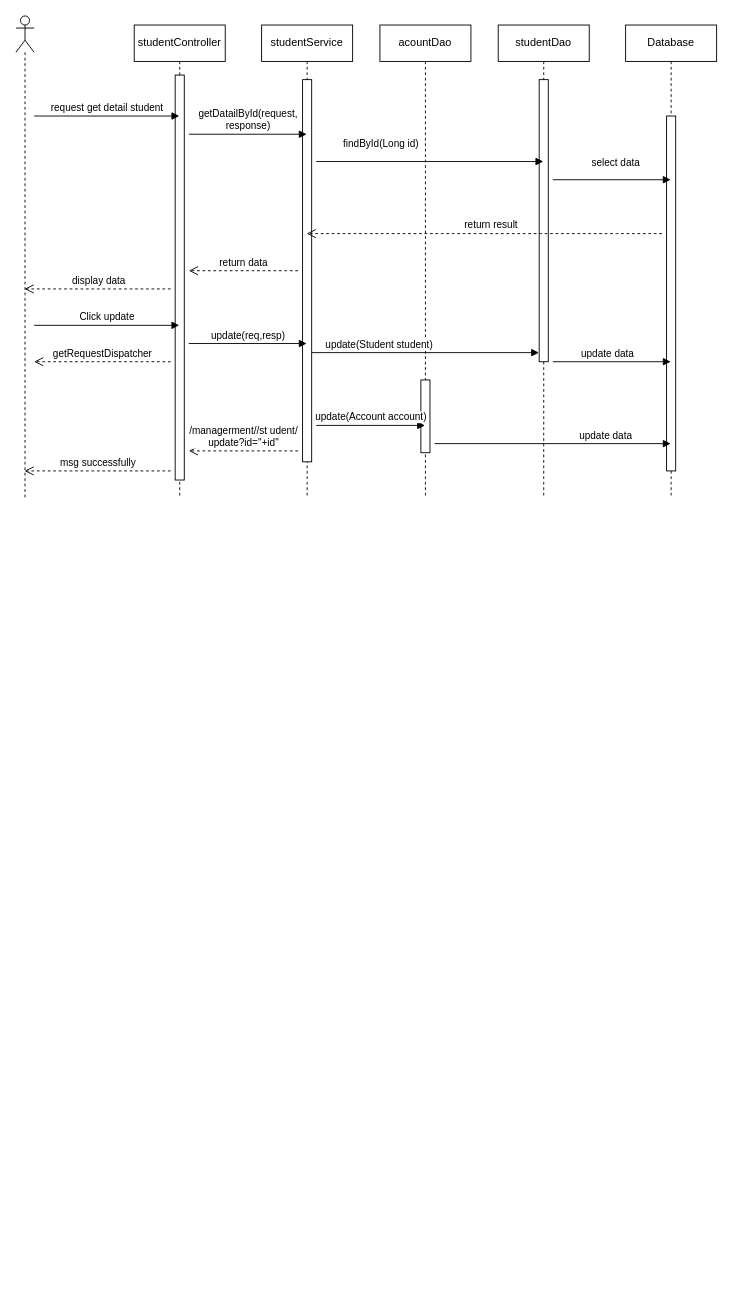
Above: page "Page-4" (4 of 17) of Untitled Diagram.drawio in sachvo/CuteXT (draw.io), before the change. Source tidied: cells renumbered, new cells numbered last; positions are measured from the earlier drawing's top-left corner, leaving out a move shared by most shapes. Both pictures are drawn from the tidied source at 91%, with x=0, y=0 at pixel (15, 15).
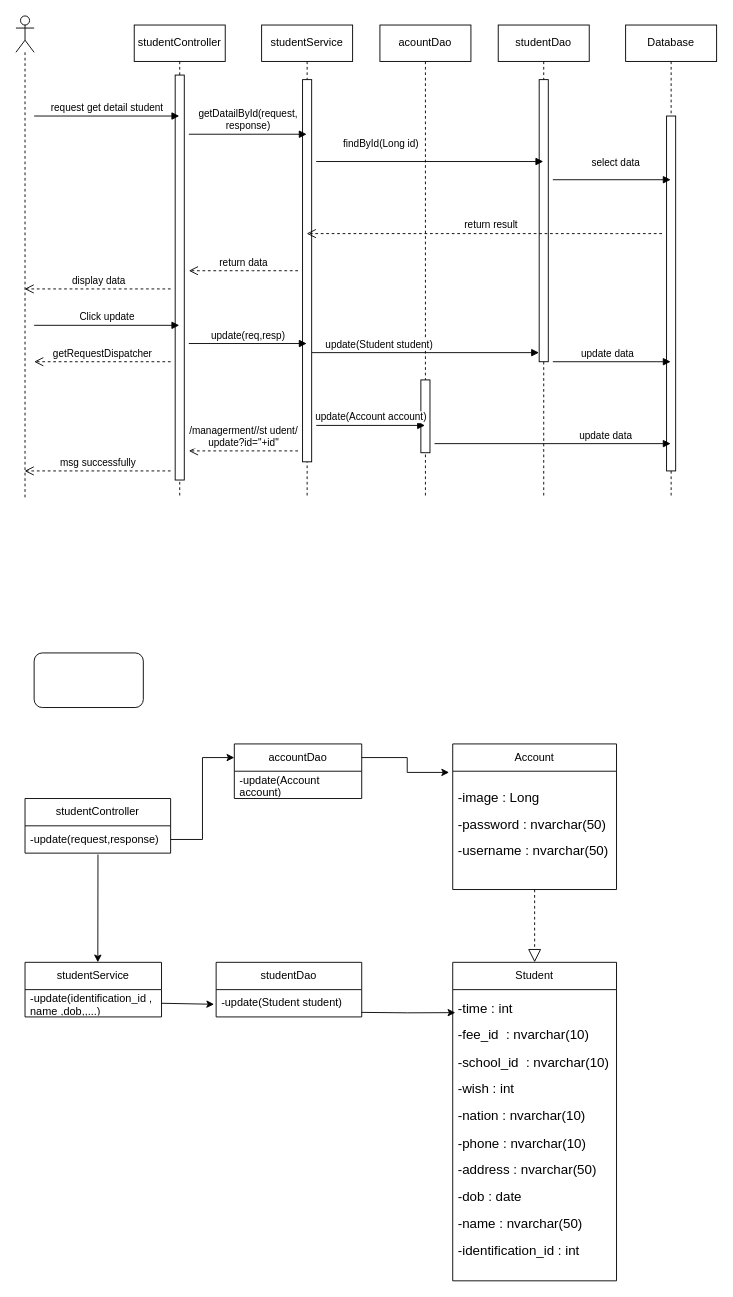
The same page after the edit.

What changed in the source:
```diff
@@
+    <mxCell id="29" value="studentController" style="swimlane;fontStyle=0;horizontal=1;startSize=30;whiteSpace=wrap;html=1;" parent="1" vertex="1">
+      <mxGeometry x="10" y="860" width="160" height="60" as="geometry" />
+    </mxCell>
+    <mxCell id="30" value="-update(request,response)" style="text;strokeColor=none;fillColor=none;align=left;verticalAlign=middle;spacingLeft=4;spacingRight=4;overflow=hidden;points=[[0,0.5],[1,0.5]];portConstraint=eastwest;whiteSpace=wrap;html=1;" parent="29" vertex="1">
+      <mxGeometry y="30" width="160" height="30" as="geometry" />
+    </mxCell>
+    <mxCell id="31" value="studentDao" style="swimlane;fontStyle=0;horizontal=1;startSize=30;whiteSpace=wrap;html=1;" parent="1" vertex="1">
+      <mxGeometry x="220" y="1040" width="160" height="60" as="geometry" />
+    </mxCell>
+    <mxCell id="32" value="-update(Student student)" style="text;strokeColor=none;fillColor=none;align=left;verticalAlign=middle;spacingLeft=4;spacingRight=4;overflow=hidden;whiteSpace=wrap;html=1;" parent="31" vertex="1">
+      <mxGeometry y="30" width="160" height="30" as="geometry" />
+    </mxCell>
+    <mxCell id="33" value="studentService" style="swimlane;fontStyle=0;horizontal=1;startSize=30;whiteSpace=wrap;html=1;" parent="1" vertex="1">
+      <mxGeometry x="10" y="1040" width="150" height="60" as="geometry" />
+    </mxCell>
+    <mxCell id="34" value="-update(identification_id&amp;nbsp;,&lt;br&gt;name ,dob,,...)" style="text;strokeColor=none;fillColor=none;align=left;verticalAlign=middle;spacingLeft=4;spacingRight=4;overflow=hidden;points=[[0,0.5],[1,0.5]];portConstraint=eastwest;whiteSpace=wrap;html=1;" parent="33" vertex="1">
+      <mxGeometry y="30" width="150" height="30" as="geometry" />
+    </mxCell>
+    <mxCell id="35" value="Account" style="swimlane;fontStyle=0;horizontal=1;startSize=30;whiteSpace=wrap;html=1;" parent="1" vertex="1">
+      <mxGeometry x="480" y="800" width="180" height="160" as="geometry" />
+    </mxCell>
+    <mxCell id="36" value="&lt;p style=&quot;line-height:1.38;margin-top:0pt;margin-bottom:0pt;&quot; dir=&quot;ltr&quot;&gt;&lt;/p&gt;&lt;p style=&quot;line-height:1.38;margin-top:0pt;margin-bottom:0pt;&quot; dir=&quot;ltr&quot;&gt;&lt;/p&gt;&lt;p style=&quot;line-height:1.38;margin-top:0pt;margin-bottom:0pt;&quot; dir=&quot;ltr&quot;&gt;&lt;/p&gt;&lt;div&gt;&lt;/div&gt;&lt;span style=&quot;font-size: 11pt; font-family: Arial, sans-serif; background-color: transparent; font-variant-numeric: normal; font-variant-east-asian: normal; font-variant-alternates: normal; font-variant-position: normal; vertical-align: baseline;&quot;&gt;-image : Long&lt;/span&gt;&lt;p&gt;&lt;/p&gt;&lt;span style=&quot;font-size: 11pt; font-family: Arial, sans-serif; background-color: transparent; font-variant-numeric: normal; font-variant-east-asian: normal; font-variant-alternates: normal; font-variant-position: normal; vertical-align: baseline;&quot;&gt;-password : nvarchar(50)&amp;nbsp;&lt;/span&gt;&lt;p&gt;&lt;/p&gt;&lt;span style=&quot;font-size: 11pt; font-family: Arial, sans-serif; background-color: transparent; font-variant-numeric: normal; font-variant-east-asian: normal; font-variant-alternates: normal; font-variant-position: normal; vertical-align: baseline;&quot;&gt;-username : nvarchar(50)&amp;nbsp;&lt;/span&gt;&lt;p&gt;&lt;/p&gt;&lt;span id=&quot;docs-internal-guid-546da517-7fff-cef4-55ad-a307194a0e7b&quot;&gt;&lt;/span&gt;" style="text;strokeColor=none;fillColor=none;align=left;verticalAlign=middle;spacingLeft=4;spacingRight=4;overflow=hidden;points=[[0,0.5],[1,0.5]];portConstraint=eastwest;whiteSpace=wrap;html=1;" parent="35" vertex="1">
+      <mxGeometry y="30" width="180" height="130" as="geometry" />
+    </mxCell>
+    <mxCell id="37" style="rounded=1;whiteSpace=wrap;html=1;" parent="1" vertex="1">
+      <mxGeometry x="20" y="700" width="120" height="60" as="geometry" />
+    </mxCell>
+    <mxCell id="38" value="Student" style="swimlane;fontStyle=0;horizontal=1;startSize=30;whiteSpace=wrap;html=1;" parent="1" vertex="1">
+      <mxGeometry x="480" y="1040" width="180" height="350" as="geometry" />
+    </mxCell>
+    <mxCell id="39" value="&lt;p style=&quot;line-height:1.38;margin-top:0pt;margin-bottom:0pt;&quot; dir=&quot;ltr&quot;&gt;&lt;/p&gt;&lt;p style=&quot;line-height:1.38;margin-top:0pt;margin-bottom:0pt;&quot; dir=&quot;ltr&quot;&gt;&lt;/p&gt;&lt;p style=&quot;line-height:1.38;margin-top:0pt;margin-bottom:0pt;&quot; dir=&quot;ltr&quot;&gt;&lt;/p&gt;&lt;p style=&quot;line-height:1.38;margin-top:0pt;margin-bottom:0pt;&quot; dir=&quot;ltr&quot;&gt;&lt;/p&gt;&lt;p style=&quot;line-height:1.38;margin-top:0pt;margin-bottom:0pt;&quot; dir=&quot;ltr&quot;&gt;&lt;/p&gt;&lt;p style=&quot;line-height:1.38;margin-top:0pt;margin-bottom:0pt;&quot; dir=&quot;ltr&quot;&gt;&lt;/p&gt;&lt;p style=&quot;line-height:1.38;margin-top:0pt;margin-bottom:0pt;&quot; dir=&quot;ltr&quot;&gt;&lt;/p&gt;&lt;p style=&quot;line-height:1.38;margin-top:0pt;margin-bottom:0pt;&quot; dir=&quot;ltr&quot;&gt;&lt;/p&gt;&lt;p style=&quot;line-height:1.38;margin-top:0pt;margin-bottom:0pt;&quot; dir=&quot;ltr&quot;&gt;&lt;/p&gt;&lt;p style=&quot;line-height:1.38;margin-top:0pt;margin-bottom:0pt;&quot; dir=&quot;ltr&quot;&gt;&lt;/p&gt;&lt;div&gt;&lt;/div&gt;&lt;span style=&quot;font-size: 11pt; font-family: Arial, sans-serif; background-color: transparent; font-variant-numeric: normal; font-variant-east-asian: normal; font-variant-alternates: normal; font-variant-position: normal; vertical-align: baseline;&quot;&gt;-time : int &lt;/span&gt;&lt;p&gt;&lt;/p&gt;&lt;span style=&quot;font-size: 11pt; font-family: Arial, sans-serif; background-color: transparent; font-variant-numeric: normal; font-variant-east-asian: normal; font-variant-alternates: normal; font-variant-position: normal; vertical-align: baseline;&quot;&gt;-fee_id&amp;nbsp; : nvarchar(10)&lt;/span&gt;&lt;p&gt;&lt;/p&gt;&lt;span style=&quot;font-size: 11pt; font-family: Arial, sans-serif; background-color: transparent; font-variant-numeric: normal; font-variant-east-asian: normal; font-variant-alternates: normal; font-variant-position: normal; vertical-align: baseline;&quot;&gt;-school_id&amp;nbsp; : nvarchar(10)&lt;/span&gt;&lt;p&gt;&lt;/p&gt;&lt;span style=&quot;font-size: 11pt; font-family: Arial, sans-serif; background-color: transparent; font-variant-numeric: normal; font-variant-east-asian: normal; font-variant-alternates: normal; font-variant-position: normal; vertical-align: baseline;&quot;&gt;-wish : int&lt;/span&gt;&lt;p&gt;&lt;/p&gt;&lt;span style=&quot;font-size: 11pt; font-family: Arial, sans-serif; background-color: transparent; font-variant-numeric: normal; font-variant-east-asian: normal; font-variant-alternates: normal; font-variant-position: normal; vertical-align: baseline;&quot;&gt;-nation : nvarchar(10)&lt;/span&gt;&lt;p&gt;&lt;/p&gt;&lt;span style=&quot;font-size: 11pt; font-family: Arial, sans-serif; background-color: transparent; font-variant-numeric: normal; font-variant-east-asian: normal; font-variant-alternates: normal; font-variant-position: normal; vertical-align: baseline;&quot;&gt;-phone : nvarchar(10)&lt;/span&gt;&lt;p&gt;&lt;/p&gt;&lt;span style=&quot;font-size: 11pt; font-family: Arial, sans-serif; background-color: transparent; font-variant-numeric: normal; font-variant-east-asian: normal; font-variant-alternates: normal; font-variant-position: normal; vertical-align: baseline;&quot;&gt;-address : nvarchar(50)&lt;/span&gt;&lt;p&gt;&lt;/p&gt;&lt;span style=&quot;font-size: 11pt; font-family: Arial, sans-serif; background-color: transparent; font-variant-numeric: normal; font-variant-east-asian: normal; font-variant-alternates: normal; font-variant-position: normal; vertical-align: baseline;&quot;&gt;-dob : date&lt;/span&gt;&lt;p&gt;&lt;/p&gt;&lt;span style=&quot;font-size: 11pt; font-family: Arial, sans-serif; background-color: transparent; font-variant-numeric: normal; font-variant-east-asian: normal; font-variant-alternates: normal; font-variant-position: normal; vertical-align: baseline;&quot;&gt;-name : nvarchar(50)&lt;/span&gt;&lt;p&gt;&lt;/p&gt;&lt;span style=&quot;font-size: 11pt; font-family: Arial, sans-serif; background-color: transparent; font-variant-numeric: normal; font-variant-east-asian: normal; font-variant-alternates: normal; font-variant-position: normal; vertical-align: baseline;&quot;&gt;-identification_id : int&amp;nbsp;&lt;/span&gt;&lt;p&gt;&lt;/p&gt;&lt;span id=&quot;docs-internal-guid-ec875b94-7fff-324d-a60e-613ddc787041&quot;&gt;&lt;/span&gt;" style="text;strokeColor=none;fillColor=none;align=left;verticalAlign=middle;spacingLeft=4;spacingRight=4;overflow=hidden;points=[[0,0.5],[1,0.5]];portConstraint=eastwest;whiteSpace=wrap;html=1;" parent="38" vertex="1">
+      <mxGeometry y="30" width="180" height="320" as="geometry" />
+    </mxCell>
+    <mxCell id="40" style="endArrow=classic;html=1;rounded=0;exitX=0.501;exitY=1.052;exitDx=0;exitDy=0;exitPerimeter=0;" parent="1" edge="1" source="30">
+      <mxGeometry relative="1" as="geometry">
+        <mxPoint x="90" y="1040" as="targetPoint" />
+      </mxGeometry>
+    </mxCell>
+    <mxCell id="41" style="endArrow=classic;html=1;rounded=0;exitX=1;exitY=0.5;exitDx=0;exitDy=0;entryX=-0.014;entryY=0.323;entryDx=0;entryDy=0;entryPerimeter=0;" parent="1" edge="1" source="34">
+      <mxGeometry relative="1" as="geometry">
+        <mxPoint x="217.8" y="1086.1" as="targetPoint" />
+      </mxGeometry>
+    </mxCell>
+    <mxCell id="42" style="edgeStyle=orthogonalEdgeStyle;rounded=0;jettySize=auto;html=1;exitX=1;exitY=0.5;exitDx=0;exitDy=0;entryX=0.016;entryY=0.079;entryDx=0;entryDy=0;entryPerimeter=0;" parent="1" edge="1" target="39">
+      <mxGeometry relative="1" as="geometry">
+        <mxPoint x="380" y="1095" as="sourcePoint" />
+      </mxGeometry>
+    </mxCell>
+    <mxCell id="43" style="endArrow=block;dashed=1;endFill=0;endSize=12;html=1;rounded=0;entryX=0.5;entryY=0;entryDx=0;entryDy=0;" parent="1" edge="1" target="38">
+      <mxGeometry relative="1" as="geometry">
+        <mxPoint x="570" y="960" as="sourcePoint" />
+      </mxGeometry>
+    </mxCell>
+    <mxCell id="44" value="accountDao" style="swimlane;fontStyle=0;horizontal=1;startSize=30;whiteSpace=wrap;html=1;" parent="1" vertex="1">
+      <mxGeometry x="240" y="800" width="140" height="60" as="geometry" />
+    </mxCell>
+    <mxCell id="45" value="-update(Account account)" style="text;strokeColor=none;fillColor=none;align=left;verticalAlign=middle;spacingLeft=4;spacingRight=4;overflow=hidden;whiteSpace=wrap;html=1;" parent="44" vertex="1">
+      <mxGeometry y="30" width="140" height="30" as="geometry" />
+    </mxCell>
+    <mxCell id="46" style="edgeStyle=orthogonalEdgeStyle;rounded=0;jettySize=auto;html=1;entryX=0;entryY=0.25;entryDx=0;entryDy=0;" parent="1" edge="1" source="30" target="44">
+      <mxGeometry relative="1" as="geometry" />
+    </mxCell>
+    <mxCell id="47" style="edgeStyle=orthogonalEdgeStyle;rounded=0;jettySize=auto;html=1;entryX=-0.022;entryY=0.01;entryDx=0;entryDy=0;entryPerimeter=0;exitX=1;exitY=0.25;exitDx=0;exitDy=0;" parent="1" edge="1" source="44" target="36">
+      <mxGeometry relative="1" as="geometry" />
+    </mxCell>
```
